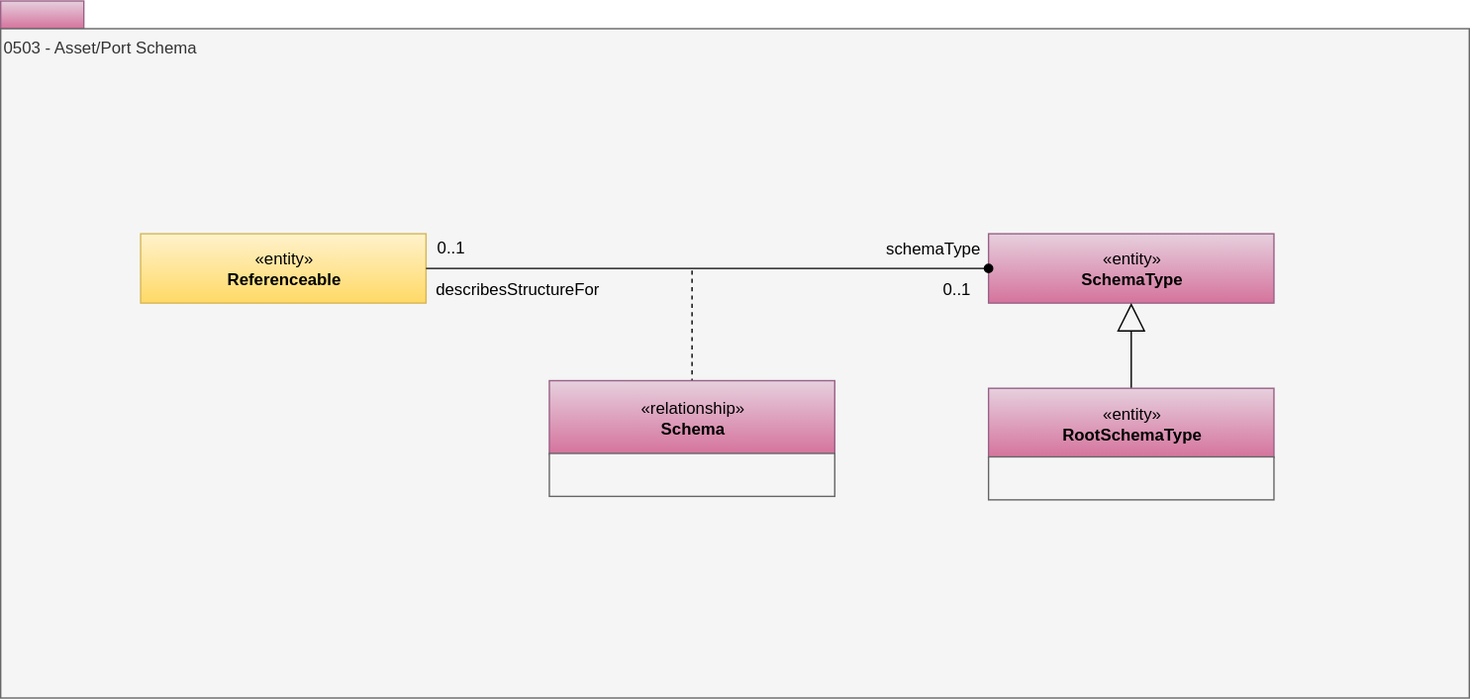
odpi/egeria-docs keeps this draw.io diagram as site/docs/types/5/0503-Asset-Schema.svg. Above is the earlier version. Source tidied: cells renumbered, new cells last; positions are measured from the earlier drawing's top-left corner, leaving out a move shared by most shapes.
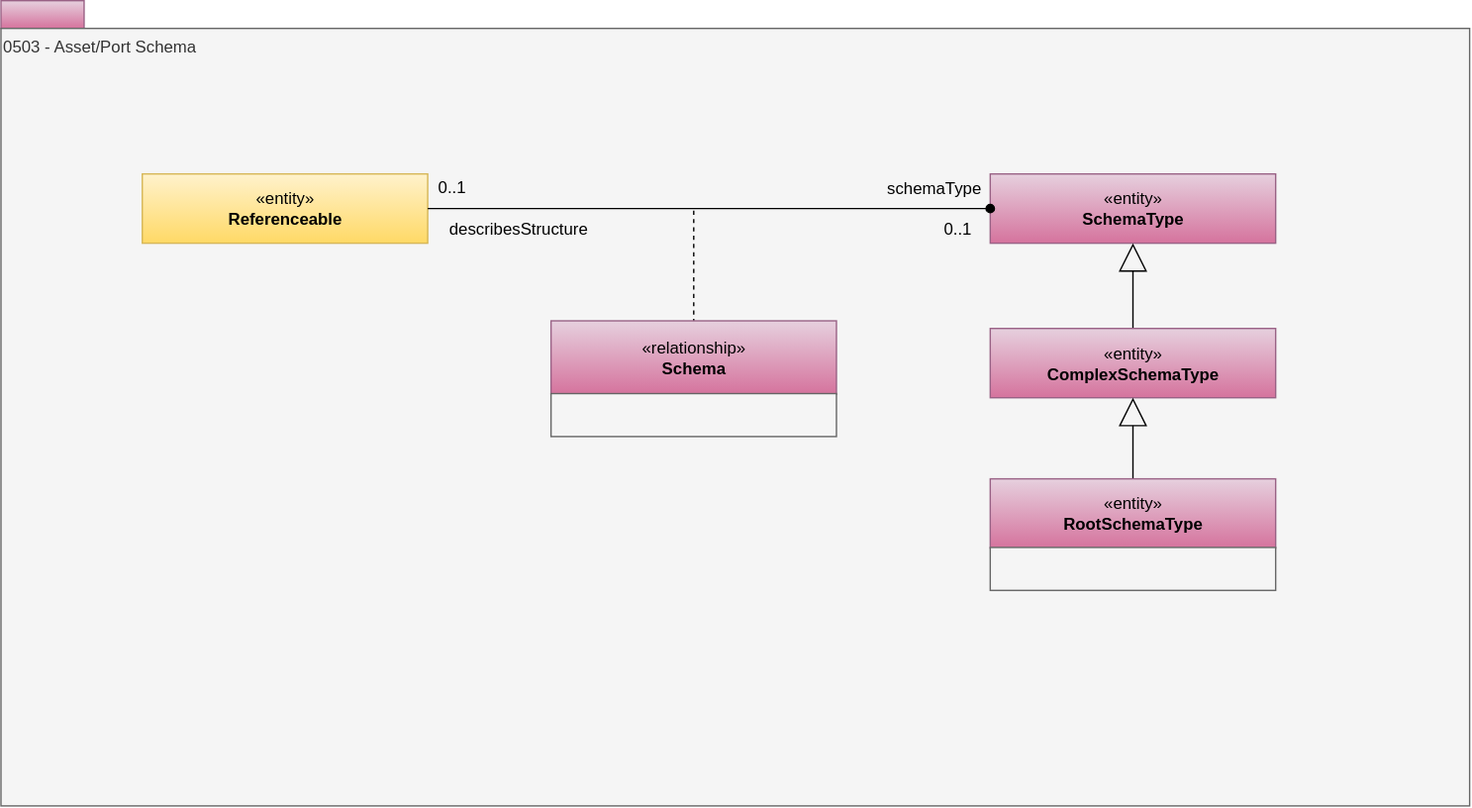
The same file after the commit.

Diff of the diagram source:
```diff
@@ -1,53 +1,59 @@
 <mxGraphModel>
   <root>
-    <mxCell id="0" />
-    <mxCell id="1" parent="0" />
+    <mxCell id="17" />
+    <mxCell id="18" parent="17" />
-    <mxCell id="2" style="rounded=0;whiteSpace=wrap;html=1;align=left;fillColor=#e6d0de;strokeColor=#996185;gradientColor=#d5739d;" parent="1" vertex="1">
-      <mxGeometry width="60" height="20" as="geometry" />
+    <mxCell id="2" style="rounded=0;whiteSpace=wrap;html=1;align=left;fillColor=#e6d0de;strokeColor=#996185;gradientColor=#d5739d;" parent="18" vertex="1">
+      <mxGeometry x="-1" y="43" width="60" height="20" as="geometry" />
     </mxCell>
-    <mxCell id="3" value="0503 - Asset/Port Schema" style="rounded=0;whiteSpace=wrap;html=1;align=left;verticalAlign=top;fillColor=#f5f5f5;fontColor=#333333;strokeColor=#666666;" parent="1" vertex="1">
-      <mxGeometry y="20" width="1060" height="483" as="geometry" />
+    <mxCell id="3" value="0503 - Asset/Port Schema" style="rounded=0;whiteSpace=wrap;html=1;align=left;verticalAlign=top;fillColor=#f5f5f5;fontColor=#333333;strokeColor=#666666;" parent="18" vertex="1">
+      <mxGeometry x="-1" y="63" width="1060" height="561" as="geometry" />
     </mxCell>
-    <mxCell id="4" value="«entity»&lt;br&gt;&lt;b&gt;Referenceable&lt;/b&gt;" style="html=1;strokeColor=#d6b656;align=center;fillColor=#fff2cc;gradientColor=#ffd966;" parent="1" vertex="1">
+    <mxCell id="4" value="«entity»&lt;br&gt;&lt;b&gt;Referenceable&lt;/b&gt;" style="html=1;strokeColor=#d6b656;align=center;fillColor=#fff2cc;gradientColor=#ffd966;" parent="18" vertex="1">
       <mxGeometry x="101" y="168" width="206" height="50" as="geometry" />
     </mxCell>
-    <mxCell id="5" value="«entity»&lt;br&gt;&lt;b&gt;SchemaType&lt;/b&gt;" style="html=1;strokeColor=#996185;align=center;fillColor=#e6d0de;gradientColor=#d5739d;" parent="1" vertex="1">
+    <mxCell id="5" value="«entity»&lt;br&gt;&lt;b&gt;SchemaType&lt;/b&gt;" style="html=1;strokeColor=#996185;align=center;fillColor=#e6d0de;gradientColor=#d5739d;" parent="18" vertex="1">
       <mxGeometry x="713" y="168" width="206" height="50" as="geometry" />
     </mxCell>
-    <mxCell id="6" style="endArrow=none;dashed=1;html=1;" parent="1" edge="1" target="11">
-      <mxGeometry relative="1" as="geometry">
-        <mxPoint x="499" y="194.5" as="sourcePoint" />
-      </mxGeometry>
-    </mxCell>
-    <mxCell id="7" value="0..1" style="text;html=1;strokeColor=none;fillColor=none;align=center;verticalAlign=middle;whiteSpace=wrap;rounded=0;" parent="1" vertex="1">
-      <mxGeometry x="305" y="168" width="40" height="20" as="geometry" />
-    </mxCell>
-    <mxCell id="8" value="0..1" style="text;html=1;strokeColor=none;fillColor=none;align=center;verticalAlign=middle;whiteSpace=wrap;rounded=0;" parent="1" vertex="1">
-      <mxGeometry x="670" y="198" width="40" height="20" as="geometry" />
-    </mxCell>
+    <mxCell id="19" style="endArrow=none;dashed=1;html=1;" parent="18" edge="1" target="11">
+      <mxGeometry relative="1" as="geometry">
+        <mxPoint x="499" y="194.5" as="sourcePoint" />
+      </mxGeometry>
+    </mxCell>
+    <mxCell id="20" value="0..1" style="text;html=1;strokeColor=none;fillColor=none;align=center;verticalAlign=middle;whiteSpace=wrap;rounded=0;" parent="18" vertex="1">
+      <mxGeometry x="305" y="168" width="40" height="20" as="geometry" />
+    </mxCell>
+    <mxCell id="21" value="0..1" style="text;html=1;strokeColor=none;fillColor=none;align=center;verticalAlign=middle;whiteSpace=wrap;rounded=0;" parent="18" vertex="1">
+      <mxGeometry x="670" y="198" width="40" height="20" as="geometry" />
+    </mxCell>
-    <mxCell id="9" value="schemaType" style="text;html=1;strokeColor=none;fillColor=none;align=center;verticalAlign=middle;whiteSpace=wrap;rounded=0;" parent="1" vertex="1">
+    <mxCell id="9" value="schemaType" style="text;html=1;strokeColor=none;fillColor=none;align=center;verticalAlign=middle;whiteSpace=wrap;rounded=0;" parent="18" vertex="1">
       <mxGeometry x="644.5" y="168.5" width="56" height="20" as="geometry" />
     </mxCell>
-    <mxCell id="10" value="describesStructureFor" style="text;html=1;strokeColor=none;fillColor=none;align=center;verticalAlign=middle;whiteSpace=wrap;rounded=0;" parent="1" vertex="1">
-      <mxGeometry x="331" y="198" width="84" height="20" as="geometry" />
-    </mxCell>
+    <mxCell id="22" value="describesStructure" style="text;html=1;strokeColor=none;fillColor=none;align=center;verticalAlign=middle;whiteSpace=wrap;rounded=0;" parent="18" vertex="1">
+      <mxGeometry x="331" y="198" width="84" height="20" as="geometry" />
+    </mxCell>
-    <mxCell id="11" value="«relationship»&lt;br&gt;&lt;b&gt;Schema&lt;/b&gt;" style="html=1;strokeColor=#996185;align=center;fillColor=#e6d0de;gradientColor=#d5739d;" parent="1" vertex="1">
+    <mxCell id="11" value="«relationship»&lt;br&gt;&lt;b&gt;Schema&lt;/b&gt;" style="html=1;strokeColor=#996185;align=center;fillColor=#e6d0de;gradientColor=#d5739d;" parent="18" vertex="1">
       <mxGeometry x="396" y="274" width="206" height="53" as="geometry" />
     </mxCell>
-    <mxCell id="12" style="rounded=0;whiteSpace=wrap;html=1;strokeColor=#666666;align=left;fillColor=#f5f5f5;fontColor=#333333;" parent="1" vertex="1">
-      <mxGeometry x="396" y="326.5" width="206" height="31" as="geometry" />
-    </mxCell>
-    <mxCell id="13" style="edgeStyle=orthogonalEdgeStyle;rounded=0;jettySize=auto;html=1;exitX=0.5;exitY=0;exitDx=0;exitDy=0;entryX=0.5;entryY=1;entryDx=0;entryDy=0;endArrow=block;endFill=0;strokeWidth=1;endSize=18;" parent="1" edge="1" source="14" target="5">
-      <mxGeometry relative="1" as="geometry" />
-    </mxCell>
+    <mxCell id="23" style="rounded=0;whiteSpace=wrap;html=1;strokeColor=#666666;align=left;fillColor=#f5f5f5;fontColor=#333333;" parent="18" vertex="1">
+      <mxGeometry x="396" y="326.5" width="206" height="31" as="geometry" />
+    </mxCell>
+    <mxCell id="24" style="edgeStyle=orthogonalEdgeStyle;rounded=0;jettySize=auto;html=1;exitX=0.5;exitY=0;exitDx=0;exitDy=0;entryX=0.5;entryY=1;entryDx=0;entryDy=0;endArrow=block;endFill=0;strokeWidth=1;endSize=18;" parent="18" edge="1" source="25" target="5">
+      <mxGeometry relative="1" as="geometry" />
+    </mxCell>
+    <mxCell id="25" value="«entity»&lt;br&gt;&lt;b&gt;ComplexSchemaType&lt;/b&gt;" style="html=1;strokeColor=#996185;align=center;fillColor=#e6d0de;gradientColor=#d5739d;" parent="18" vertex="1">
+      <mxGeometry x="713" y="279.5" width="206" height="50" as="geometry" />
+    </mxCell>
+    <mxCell id="15" style="endArrow=oval;html=1;entryX=0;entryY=0.5;exitX=1;exitY=0.5;endFill=1;entryDx=0;entryDy=0;" parent="18" edge="1" source="4" target="5">
+      <mxGeometry relative="1" as="geometry" />
+    </mxCell>
+    <mxCell id="26" style="edgeStyle=orthogonalEdgeStyle;rounded=0;jettySize=auto;html=1;exitX=0.5;exitY=0;exitDx=0;exitDy=0;entryX=0.5;entryY=1;entryDx=0;entryDy=0;endArrow=block;endFill=0;strokeWidth=1;endSize=18;" parent="18" edge="1" source="14" target="25">
+      <mxGeometry relative="1" as="geometry" />
+    </mxCell>
-    <mxCell id="14" value="«entity»&lt;br&gt;&lt;b&gt;RootSchemaType&lt;/b&gt;" style="html=1;strokeColor=#996185;align=center;fillColor=#e6d0de;gradientColor=#d5739d;" parent="1" vertex="1">
-      <mxGeometry x="713" y="279.5" width="206" height="50" as="geometry" />
+    <mxCell id="14" value="«entity»&lt;br&gt;&lt;b&gt;RootSchemaType&lt;/b&gt;" style="html=1;strokeColor=#996185;align=center;fillColor=#e6d0de;gradientColor=#d5739d;" parent="18" vertex="1">
+      <mxGeometry x="713" y="388" width="206" height="50" as="geometry" />
     </mxCell>
-    <mxCell id="15" style="endArrow=oval;html=1;entryX=0;entryY=0.5;exitX=1;exitY=0.5;endFill=1;entryDx=0;entryDy=0;" parent="1" edge="1" source="4" target="5">
-      <mxGeometry relative="1" as="geometry" />
-    </mxCell>
-    <mxCell id="16" style="rounded=0;whiteSpace=wrap;html=1;strokeColor=#666666;align=left;fillColor=#f5f5f5;fontColor=#333333;" parent="1" vertex="1">
-      <mxGeometry x="713" y="329" width="206" height="31" as="geometry" />
-    </mxCell>
+    <mxCell id="27" style="rounded=0;whiteSpace=wrap;html=1;strokeColor=#666666;align=left;fillColor=#f5f5f5;fontColor=#333333;" parent="18" vertex="1">
+      <mxGeometry x="713" y="437.5" width="206" height="31" as="geometry" />
+    </mxCell>
   </root>
 </mxGraphModel>
```
